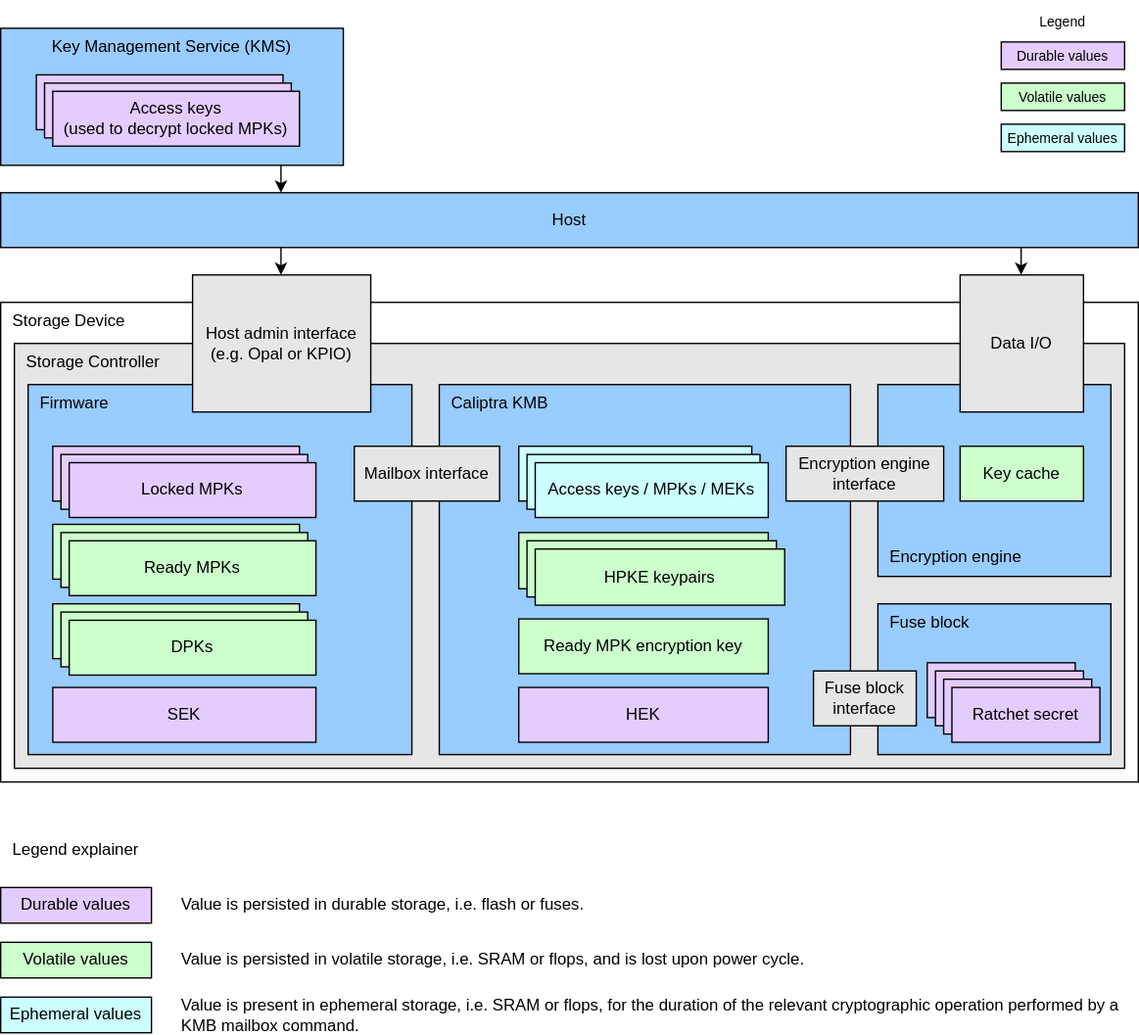
The draw.io diagram doc/ocp_lock/diagrams/architecture_diagram.drawio.svg in chipsalliance/Caliptra, before a commit. Source tidied: cells renumbered, new cells last; positions are measured from the earlier drawing's top-left corner, leaving out a move shared by most shapes.
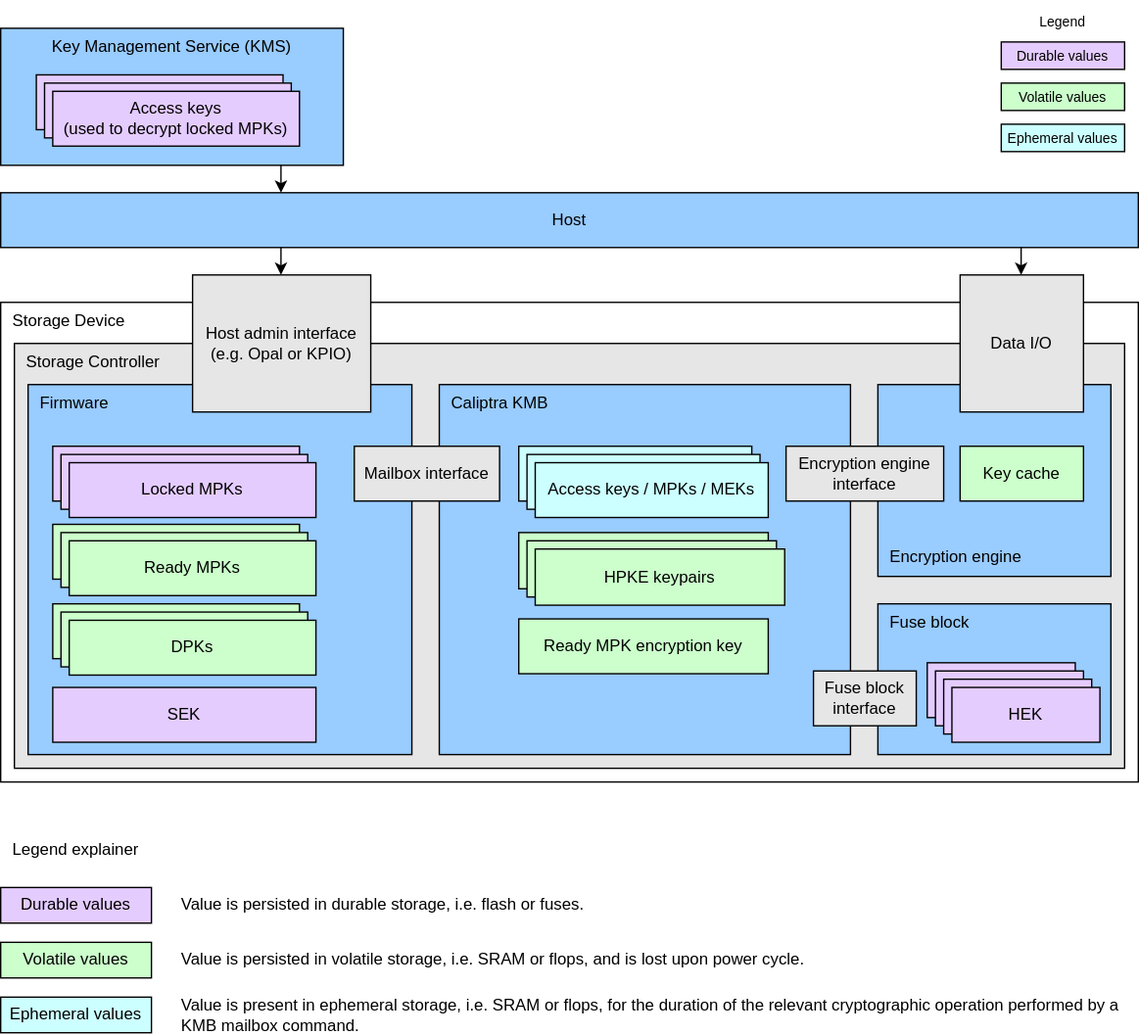
Later version of the same file.

What changed in the source:
```diff
@@ -62,9 +62,6 @@
     <mxCell id="21" value="Ready MPK encryption key" style="rounded=0;whiteSpace=wrap;html=1;align=center;verticalAlign=middle;shadow=0;glass=0;spacingLeft=0;spacingBottom=0;spacingTop=0;fillColor=#CCFFCC;" parent="1" vertex="1">
       <mxGeometry x="378" y="451" width="182" height="40" as="geometry" />
     </mxCell>
-    <mxCell id="22" value="HEK" style="rounded=0;whiteSpace=wrap;html=1;align=center;verticalAlign=middle;shadow=0;glass=0;spacingLeft=0;spacingBottom=0;spacingTop=0;fillColor=#E5CCFF;" parent="1" vertex="1">
-      <mxGeometry x="378" y="501" width="182" height="40" as="geometry" />
-    </mxCell>
     <mxCell id="23" style="endArrow=classic;html=1;" parent="1" edge="1">
       <mxGeometry relative="1" as="geometry">
         <mxPoint x="204.5" y="100" as="sourcePoint" />
@@ -89,13 +86,13 @@
     <mxCell id="27" value="Host" style="rounded=0;whiteSpace=wrap;html=1;fillColor=#99CCFF;fontColor=light-dark(#000000,#EDEDED);" parent="1" vertex="1">
       <mxGeometry y="140" width="830" height="40" as="geometry" />
     </mxCell>
-    <mxCell id="28" value="Ratchet secret" style="rounded=0;whiteSpace=wrap;html=1;align=center;verticalAlign=middle;shadow=0;glass=0;spacingLeft=0;spacingBottom=0;spacingTop=0;fillColor=#E5CCFF;" parent="1" vertex="1">
+    <mxCell id="28" style="rounded=0;whiteSpace=wrap;html=1;align=center;verticalAlign=middle;shadow=0;glass=0;spacingLeft=0;spacingBottom=0;spacingTop=0;fillColor=#E5CCFF;" parent="1" vertex="1">
       <mxGeometry x="676" y="483" width="108" height="40" as="geometry" />
     </mxCell>
-    <mxCell id="29" value="Ratchet secret" style="rounded=0;whiteSpace=wrap;html=1;align=center;verticalAlign=middle;shadow=0;glass=0;spacingLeft=0;spacingBottom=0;spacingTop=0;fillColor=#E5CCFF;" parent="1" vertex="1">
+    <mxCell id="29" style="rounded=0;whiteSpace=wrap;html=1;align=center;verticalAlign=middle;shadow=0;glass=0;spacingLeft=0;spacingBottom=0;spacingTop=0;fillColor=#E5CCFF;" parent="1" vertex="1">
       <mxGeometry x="682" y="489" width="108" height="40" as="geometry" />
     </mxCell>
-    <mxCell id="30" value="Ratchet secret" style="rounded=0;whiteSpace=wrap;html=1;align=center;verticalAlign=middle;shadow=0;glass=0;spacingLeft=0;spacingBottom=0;spacingTop=0;fillColor=#E5CCFF;" parent="1" vertex="1">
+    <mxCell id="30" style="rounded=0;whiteSpace=wrap;html=1;align=center;verticalAlign=middle;shadow=0;glass=0;spacingLeft=0;spacingBottom=0;spacingTop=0;fillColor=#E5CCFF;" parent="1" vertex="1">
       <mxGeometry x="688" y="495" width="108" height="40" as="geometry" />
     </mxCell>
     <mxCell id="31" style="rounded=0;whiteSpace=wrap;html=1;align=center;verticalAlign=middle;shadow=0;glass=0;spacingLeft=0;spacingBottom=0;spacingTop=0;fillColor=#CCFFCC;" parent="1" vertex="1">
@@ -107,7 +104,7 @@
     <mxCell id="33" value="Legend" style="text;strokeColor=none;align=center;fillColor=none;html=1;verticalAlign=middle;whiteSpace=wrap;rounded=0;fontSize=10;" parent="1" vertex="1">
       <mxGeometry x="745" width="60" height="30" as="geometry" />
     </mxCell>
-    <mxCell id="34" value="Ratchet secret" style="rounded=0;whiteSpace=wrap;html=1;align=center;verticalAlign=middle;shadow=0;glass=0;spacingLeft=0;spacingBottom=0;spacingTop=0;fillColor=#E5CCFF;" parent="1" vertex="1">
+    <mxCell id="34" value="HEK" style="rounded=0;whiteSpace=wrap;html=1;align=center;verticalAlign=middle;shadow=0;glass=0;spacingLeft=0;spacingBottom=0;spacingTop=0;fillColor=#E5CCFF;" parent="1" vertex="1">
       <mxGeometry x="694" y="501" width="108" height="40" as="geometry" />
     </mxCell>
     <mxCell id="35" value="&lt;div&gt;&lt;font color=&quot;#000000&quot;&gt;Volatile values&lt;/font&gt;&lt;/div&gt;" style="rounded=0;whiteSpace=wrap;html=1;align=center;verticalAlign=middle;shadow=0;glass=0;spacingLeft=0;spacingBottom=0;spacingTop=0;fillColor=#CCFFCC;fontSize=10;" parent="1" vertex="1">
```
